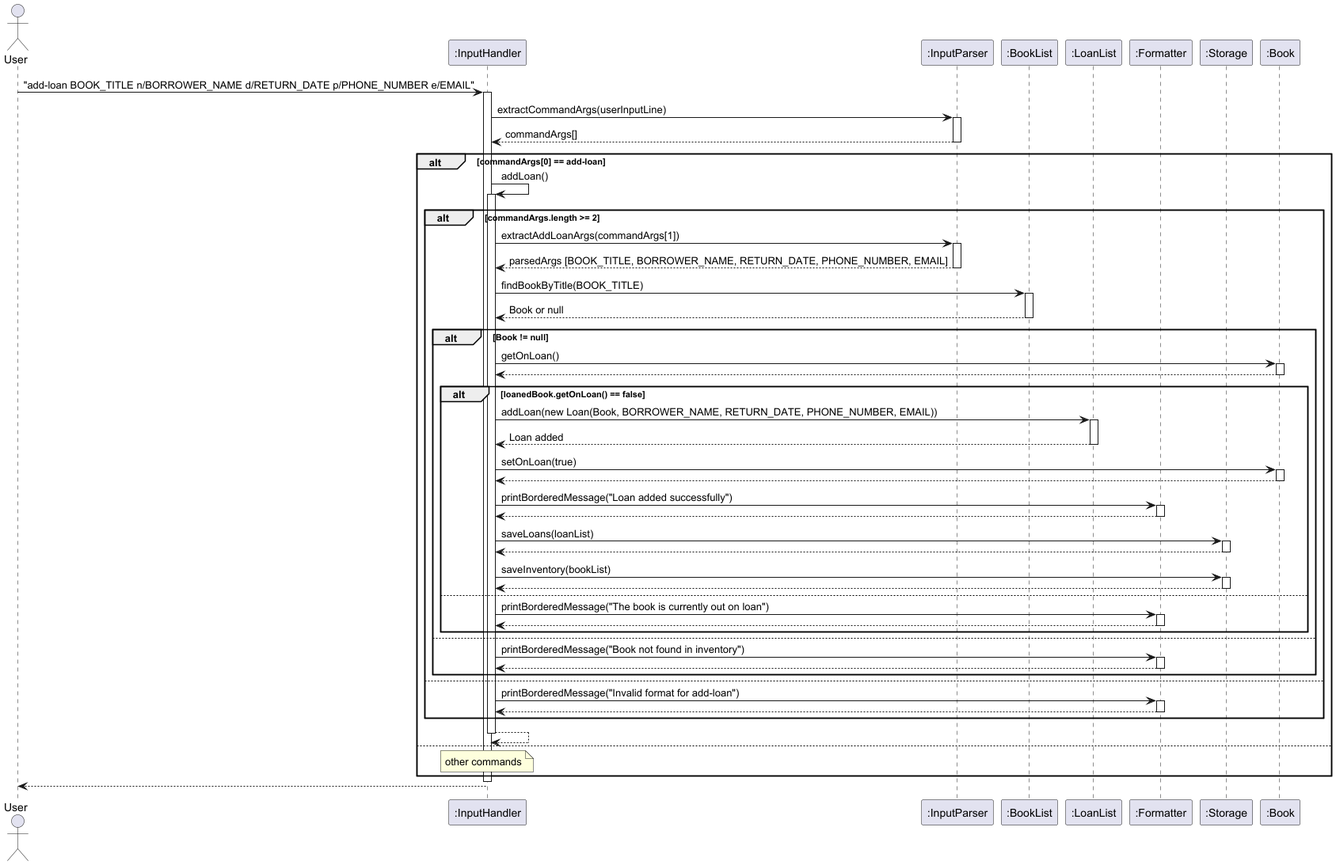
Above: docs/images/addLoan.png in AY2425S2-CS2113-T12-2/tp (PlantUML), before the change.
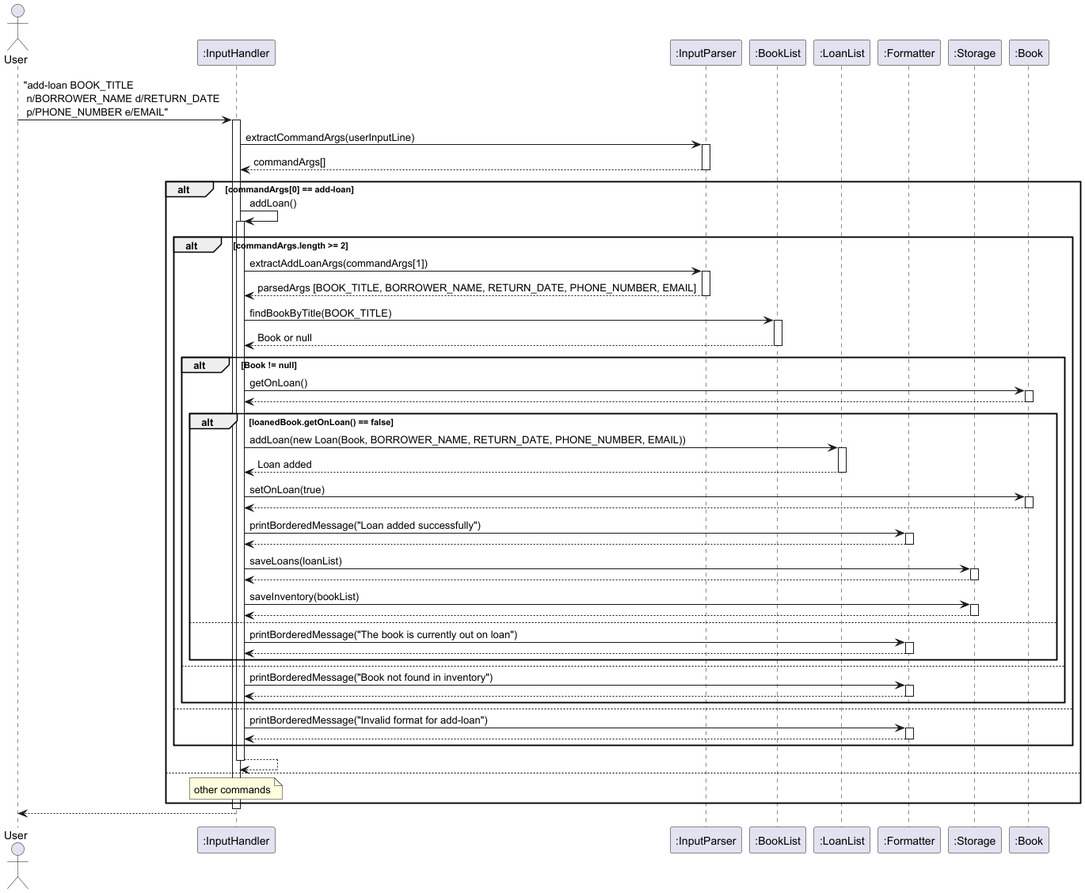
The same file after the commit.

Diff of the diagram source:
```diff
@@ -8,7 +8,7 @@
 participant Storage as ":Storage"
 participant Book as ":Book"
 
-User -> InputHandler: "add-loan BOOK_TITLE n/BORROWER_NAME d/RETURN_DATE p/PHONE_NUMBER e/EMAIL"
+User -> InputHandler: "add-loan BOOK_TITLE \n n/BORROWER_NAME d/RETURN_DATE \n p/PHONE_NUMBER e/EMAIL"
 activate InputHandler
 
 InputHandler -> InputParser: extractCommandArgs(userInputLine)
```
